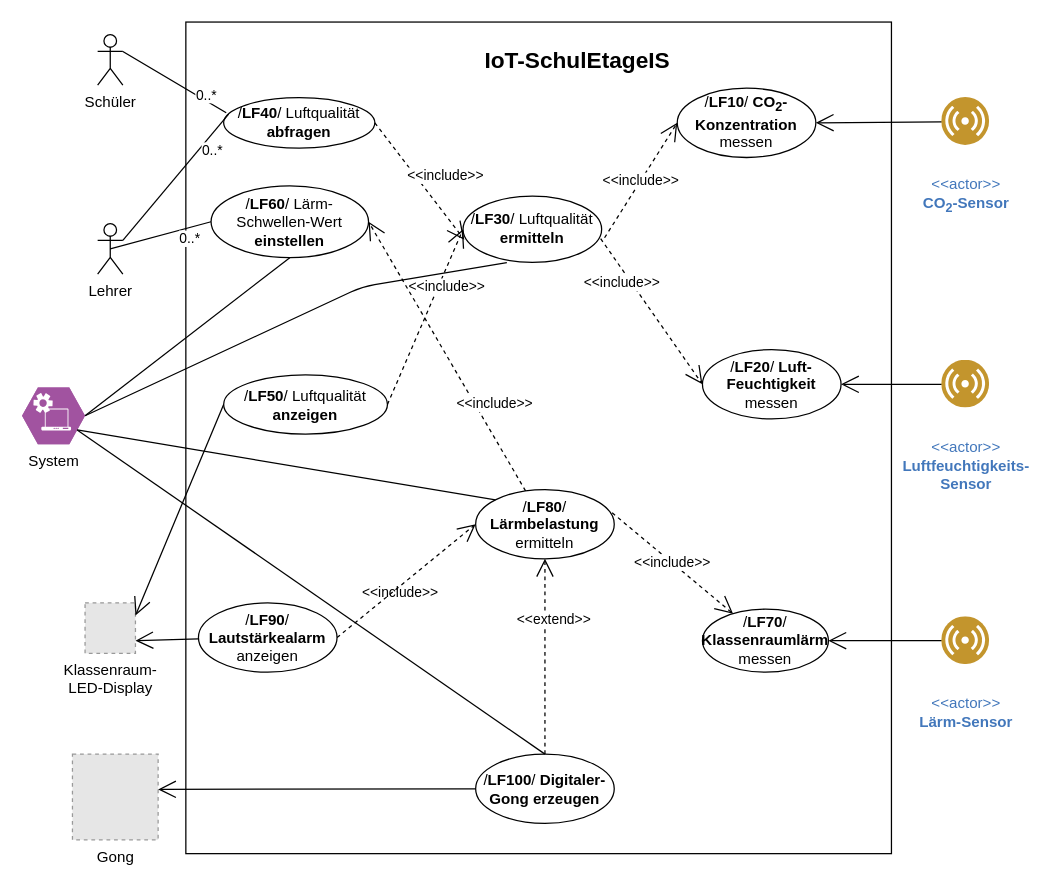
Above: page "Page-1" (1 of 2) of SchulEtage_Anwendungsfaellev1.drawio in etaCarinaeLovelace/syp (draw.io), before the change. Source tidied: cells renumbered, new cells numbered last; positions are measured from the earlier drawing's top-left corner, leaving out a move shared by most shapes. Both pictures are drawn from the tidied source at 126%, with x=0, y=0 at pixel (21, 21). Pictures stored in the file or linked from it are replaced by grey dashed boxes.
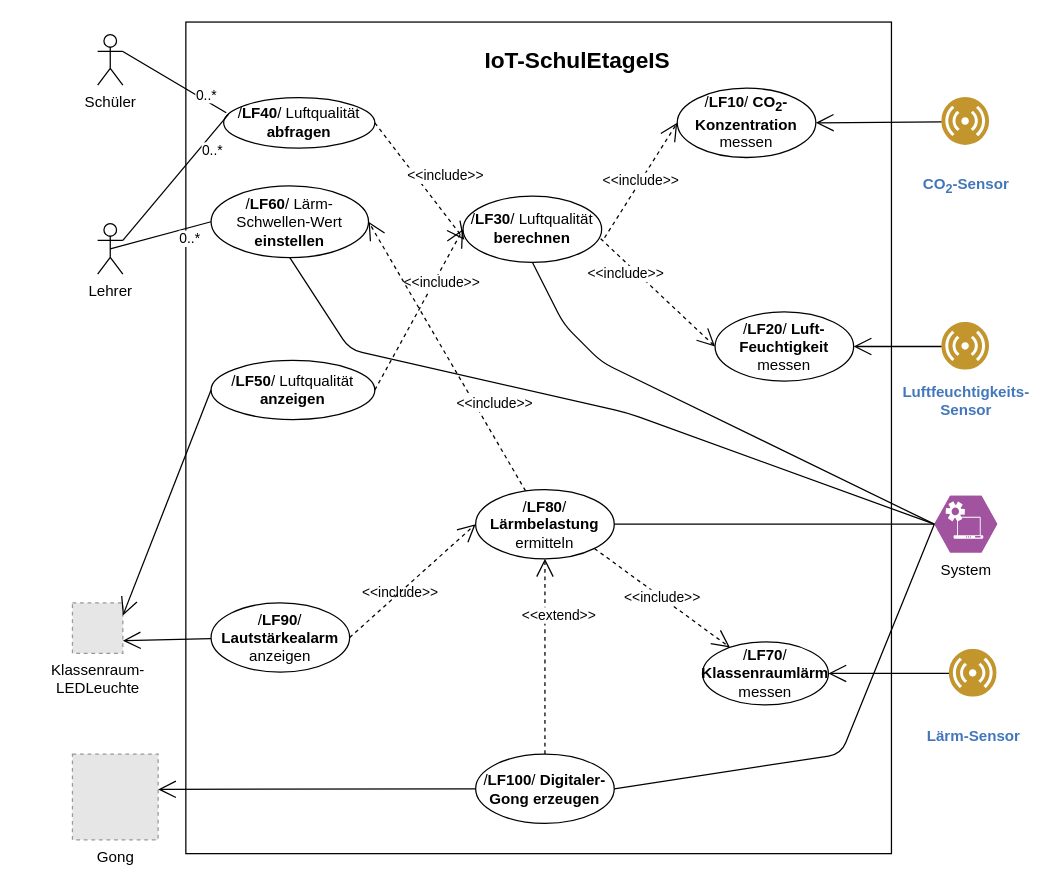
After the change.

Unchanged cells that the change refers to:
```xml
<mxCell id="23" value="&lt;div&gt;/&lt;b&gt;LF80&lt;/b&gt;/ &lt;b&gt;Lärmbelastung&lt;/b&gt;&lt;/div&gt;&lt;div&gt;ermitteln&lt;br&gt;&lt;/div&gt;" style="ellipse;whiteSpace=wrap;html=1;" parent="1" vertex="1">
  <mxGeometry x="360" y="371" width="110" height="55" as="geometry" />
</mxCell>
<mxCell id="25" value="&lt;div&gt;/&lt;b&gt;LF100&lt;/b&gt;/ &lt;b&gt;Digitaler-Gong erzeugen&lt;br&gt;&lt;/b&gt;&lt;/div&gt;" style="ellipse;whiteSpace=wrap;html=1;" parent="1" vertex="1">
  <mxGeometry x="360" y="581" width="110" height="55" as="geometry" />
</mxCell>
<mxCell id="35" value="/&lt;b&gt;LF60&lt;/b&gt;/ Lärm-Schwellen-Wert &lt;b&gt;einstellen&lt;/b&gt;" style="ellipse;whiteSpace=wrap;html=1;" parent="1" vertex="1">
  <mxGeometry x="150" y="130" width="125" height="57" as="geometry" />
</mxCell>
```

Change to the diagram source:
```diff
@@
-    <mxCell id="13" value="&lt;div&gt;Klassenraum-&lt;/div&gt;&lt;div&gt;LED-Display&lt;br&gt;&lt;/div&gt;" style="fillColor=#E6E6E6;strokeColor=#999999;dashed=1;html=1;verticalAlign=top;verticalLabelPosition=bottom;labelBackgroundColor=#ffffff;" parent="1" vertex="1">
-      <mxGeometry x="50" y="461" width="40" height="40" as="geometry" />
+    <mxCell id="13" value="&lt;div&gt;Klassenraum-&lt;/div&gt;&lt;div&gt;LEDLeuchte&lt;br&gt;&lt;/div&gt;" style="fillColor=#E6E6E6;strokeColor=#999999;dashed=1;html=1;verticalAlign=top;verticalLabelPosition=bottom;labelBackgroundColor=#ffffff;" parent="1" vertex="1">
+      <mxGeometry x="40" y="461" width="40" height="40" as="geometry" />
     </mxCell>
     <mxCell id="14" value="&lt;div&gt;/&lt;b&gt;LF50&lt;/b&gt;/ Luftqualität&lt;/div&gt;&lt;div&gt;&lt;b&gt;anzeigen&lt;/b&gt;&lt;br&gt;&lt;/div&gt;" style="ellipse;whiteSpace=wrap;html=1;" parent="1" vertex="1">
-      <mxGeometry x="160" y="280" width="130" height="47" as="geometry" />
+      <mxGeometry x="150" y="268.5" width="130" height="47" as="geometry" />
     </mxCell>
@@
-    <mxCell id="16" value="&lt;div&gt;/&lt;b&gt;LF30&lt;/b&gt;/ Luftqualität&lt;/div&gt;&lt;div&gt;&lt;b&gt;ermitteln&lt;/b&gt;&lt;br&gt;&lt;/div&gt;" style="ellipse;whiteSpace=wrap;html=1;" parent="1" vertex="1">
+    <mxCell id="16" value="&lt;div&gt;/&lt;b&gt;LF30&lt;/b&gt;/ Luftqualität&lt;/div&gt;&lt;div&gt;&lt;b&gt;berechnen&lt;/b&gt;&lt;br&gt;&lt;/div&gt;" style="ellipse;whiteSpace=wrap;html=1;" parent="1" vertex="1">
       <mxGeometry x="350" y="138.2" width="110" height="52.5" as="geometry" />
     </mxCell>
     <mxCell id="17" value="&lt;div&gt;/&lt;b&gt;LF20&lt;/b&gt;/ &lt;b&gt;Luft-&lt;/b&gt;&lt;/div&gt;&lt;div&gt;&lt;b&gt;Feuchtigkeit&lt;/b&gt; &lt;br&gt;&lt;/div&gt;&lt;div&gt;messen&lt;br&gt;&lt;/div&gt;" style="ellipse;whiteSpace=wrap;html=1;" parent="1" vertex="1">
-      <mxGeometry x="540" y="260" width="110" height="55" as="geometry" />
+      <mxGeometry x="550" y="230" width="110" height="55" as="geometry" />
     </mxCell>
@@
     <mxCell id="21" value="&lt;div&gt;/&lt;b&gt;LF70&lt;/b&gt;/ &lt;b&gt;Klassenraumlärm&lt;/b&gt;&lt;/div&gt;&lt;div&gt;messen&lt;br&gt;&lt;/div&gt;" style="ellipse;whiteSpace=wrap;html=1;" parent="1" vertex="1">
-      <mxGeometry x="540" y="466" width="100" height="50" as="geometry" />
+      <mxGeometry x="540" y="492" width="100" height="50" as="geometry" />
     </mxCell>
@@
-    <mxCell id="24" value="&amp;lt;&amp;lt;include&amp;gt;&amp;gt;" style="endArrow=open;endSize=12;dashed=1;html=1;exitX=0.985;exitY=0.336;exitDx=0;exitDy=0;exitPerimeter=0;" parent="1" edge="1" source="23" target="21">
+    <mxCell id="24" value="&amp;lt;&amp;lt;include&amp;gt;&amp;gt;" style="endArrow=open;endSize=12;dashed=1;html=1;exitX=1;exitY=1;exitDx=0;exitDy=0;" parent="1" edge="1" source="23" target="21">
       <mxGeometry relative="1" as="geometry" />
     </mxCell>
@@
     <mxCell id="28" value="&lt;div&gt;/&lt;b&gt;LF90&lt;/b&gt;/ &lt;b&gt;Lautstärkealarm&lt;br&gt;&lt;/b&gt;&lt;/div&gt;&lt;div&gt;anzeigen&lt;br&gt;&lt;/div&gt;" style="ellipse;whiteSpace=wrap;html=1;" parent="1" vertex="1">
-      <mxGeometry x="140" y="461" width="110" height="55" as="geometry" />
+      <mxGeometry x="150" y="461" width="110" height="55" as="geometry" />
     </mxCell>
@@
-    <mxCell id="32" value="&#10;&lt;div&gt;&amp;lt;&amp;lt;actor&amp;gt;&amp;gt;&lt;/div&gt;&lt;div&gt;&lt;strong&gt;CO&lt;sub&gt;2&lt;/sub&gt;-Sensor&lt;/strong&gt;&lt;/div&gt;&#10;&#10;" style="perimeter=ellipsePerimeter;html=1;align=center;shadow=0;dashed=0;fontColor=#4277BB;labelBackgroundColor=#ffffff;fontSize=12;spacingTop=3;image;image=img/lib/ibm/users/sensor.svg;" parent="1" vertex="1">
+    <mxCell id="32" value="&lt;br&gt;&lt;div&gt;&lt;strong&gt;CO&lt;sub&gt;2&lt;/sub&gt;-Sensor&lt;/strong&gt;&lt;/div&gt;&lt;br&gt;" style="perimeter=ellipsePerimeter;html=1;align=center;shadow=0;dashed=0;fontColor=#4277BB;labelBackgroundColor=#ffffff;fontSize=12;spacingTop=3;image;image=img/lib/ibm/users/sensor.svg;" parent="1" vertex="1">
       <mxGeometry x="730" y="60" width="38" height="38" as="geometry" />
     </mxCell>
-    <mxCell id="33" value="&#10;&lt;div&gt;&amp;lt;&amp;lt;actor&amp;gt;&amp;gt; &lt;br&gt;&lt;/div&gt;&lt;div&gt;&lt;strong&gt;Luftfeuchtigkeits-&lt;/strong&gt;&lt;/div&gt;&lt;div&gt;&lt;strong&gt;Sensor&lt;/strong&gt;&lt;/div&gt;&lt;div&gt;&lt;/div&gt;&#10;&#10;" style="perimeter=ellipsePerimeter;html=1;align=center;shadow=0;dashed=0;fontColor=#4277BB;labelBackgroundColor=#ffffff;fontSize=12;spacingTop=3;image;image=img/lib/ibm/users/sensor.svg;" parent="1" vertex="1">
-      <mxGeometry x="730" y="268.5" width="38" height="38" as="geometry" />
+    <mxCell id="33" value="&lt;strong&gt;Luftfeuchtigkeits-&lt;/strong&gt;&lt;div&gt;&lt;strong&gt;Sensor&lt;/strong&gt;&lt;/div&gt;&lt;div&gt;&lt;/div&gt;&lt;br&gt;" style="perimeter=ellipsePerimeter;html=1;align=center;shadow=0;dashed=0;fontColor=#4277BB;labelBackgroundColor=#ffffff;fontSize=12;spacingTop=3;image;image=img/lib/ibm/users/sensor.svg;" parent="1" vertex="1">
+      <mxGeometry x="730" y="238.5" width="38" height="38" as="geometry" />
     </mxCell>
-    <mxCell id="34" value="&lt;br&gt;&lt;div&gt;&amp;lt;&amp;lt;actor&amp;gt;&amp;gt; &lt;br&gt;&lt;/div&gt;&lt;div&gt;&lt;strong&gt;Lärm-Sensor&lt;/strong&gt;&lt;/div&gt;&lt;div&gt;&lt;/div&gt;&lt;br&gt;" style="perimeter=ellipsePerimeter;html=1;align=center;shadow=0;dashed=0;fontColor=#4277BB;labelBackgroundColor=#ffffff;fontSize=12;spacingTop=3;image;image=img/lib/ibm/users/sensor.svg;" parent="1" vertex="1">
-      <mxGeometry x="730" y="472" width="38" height="38" as="geometry" />
+    <mxCell id="34" value="&amp;nbsp;&lt;br&gt;&lt;div&gt;&lt;strong&gt;Lärm-Sensor&lt;/strong&gt;&lt;/div&gt;&lt;div&gt;&lt;/div&gt;" style="perimeter=ellipsePerimeter;html=1;align=center;shadow=0;dashed=0;fontColor=#4277BB;labelBackgroundColor=#ffffff;fontSize=12;spacingTop=3;image;image=img/lib/ibm/users/sensor.svg;" parent="1" vertex="1">
+      <mxGeometry x="736" y="498" width="38" height="38" as="geometry" />
     </mxCell>
@@
     <mxCell id="38" value="System" style="verticalLabelPosition=bottom;html=1;fillColor=#A153A0;strokeColor=#ffffff;verticalAlign=top;align=center;points=[[0,0.5,0],[0.125,0.25,0],[0.25,0,0],[0.5,0,0],[0.75,0,0],[0.875,0.25,0],[1,0.5,0],[0.875,0.75,0],[0.75,1,0],[0.5,1,0],[0.125,0.75,0]];shape=mxgraph.cisco_safe.compositeIcon;bgIcon=mxgraph.cisco_safe.design.blank_device;resIcon=mxgraph.cisco_safe.design.automated_system;" parent="1" vertex="1">
-      <mxGeometry y="290" width="50" height="45" as="geometry" />
+      <mxGeometry x="724" y="376" width="50" height="45" as="geometry" />
     </mxCell>
-    <mxCell id="39" style="endArrow=none;html=1;exitX=1;exitY=0.5;exitDx=0;exitDy=0;exitPerimeter=0;entryX=0.316;entryY=1.005;entryDx=0;entryDy=0;entryPerimeter=0;" parent="1" edge="1" source="38" target="16">
+    <mxCell id="39" style="endArrow=none;html=1;exitX=0;exitY=0.5;exitDx=0;exitDy=0;exitPerimeter=0;entryX=0.5;entryY=1;entryDx=0;entryDy=0;" parent="1" edge="1" source="38" target="16">
       <mxGeometry relative="1" as="geometry">
         <Array as="points">
-          <mxPoint x="270" y="210" />
+          <mxPoint x="460" y="270" />
+          <mxPoint x="430" y="240" />
         </Array>
       </mxGeometry>
     </mxCell>
-    <mxCell id="40" style="endArrow=none;html=1;exitX=1;exitY=0.5;exitDx=0;exitDy=0;exitPerimeter=0;entryX=0.5;entryY=1;entryDx=0;entryDy=0;" parent="1" edge="1" source="38" target="35">
-      <mxGeometry relative="1" as="geometry" />
+    <mxCell id="40" style="endArrow=none;html=1;exitX=0;exitY=0.5;exitDx=0;exitDy=0;exitPerimeter=0;entryX=0.5;entryY=1;entryDx=0;entryDy=0;" parent="1" edge="1" source="38" target="35">
+      <mxGeometry relative="1" as="geometry">
+        <Array as="points">
+          <mxPoint x="480" y="310" />
+          <mxPoint x="260" y="260" />
+        </Array>
+      </mxGeometry>
     </mxCell>
-    <mxCell id="41" style="endArrow=none;html=1;exitX=0.875;exitY=0.75;exitDx=0;exitDy=0;exitPerimeter=0;entryX=0;entryY=0;entryDx=0;entryDy=0;" parent="1" edge="1" source="38" target="23">
+    <mxCell id="41" style="endArrow=none;html=1;exitX=0;exitY=0.5;exitDx=0;exitDy=0;exitPerimeter=0;entryX=1;entryY=0.5;entryDx=0;entryDy=0;" parent="1" edge="1" source="38" target="23">
       <mxGeometry relative="1" as="geometry" />
     </mxCell>
-    <mxCell id="42" style="endArrow=none;html=1;exitX=0.875;exitY=0.75;exitDx=0;exitDy=0;exitPerimeter=0;entryX=0.5;entryY=0;entryDx=0;entryDy=0;" parent="1" edge="1" source="38" target="25">
-      <mxGeometry relative="1" as="geometry" />
+    <mxCell id="42" style="endArrow=none;html=1;entryX=1;entryY=0.5;entryDx=0;entryDy=0;exitX=0;exitY=0.5;exitDx=0;exitDy=0;exitPerimeter=0;" parent="1" edge="1" source="38" target="25">
+      <mxGeometry relative="1" as="geometry">
+        <Array as="points">
+          <mxPoint x="650" y="581" />
+        </Array>
+      </mxGeometry>
     </mxCell>
```
